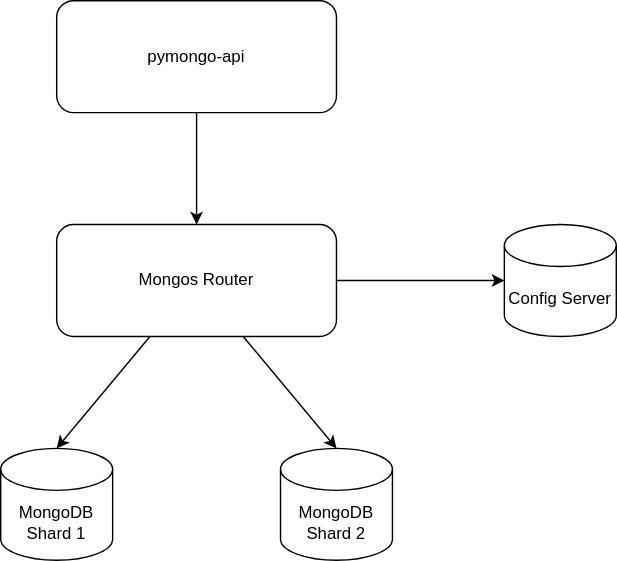
Ondrya/architecture-black_friday keeps this draw.io diagram as Task1/v1-add-shards.svg. Above is the earlier version. Source tidied: cells renumbered, new cells last; positions are measured from the earlier drawing's top-left corner, leaving out a move shared by most shapes.
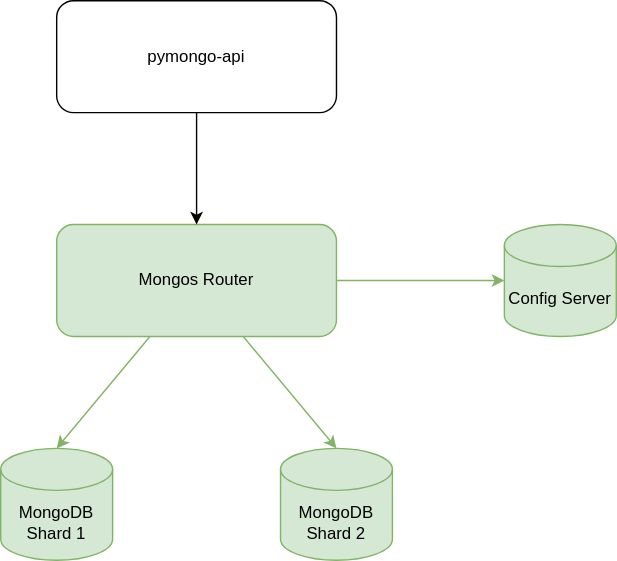
Later version of the same file.

The edit, as a diff of the source:
```diff
@@ -5,30 +5,30 @@
     <mxCell id="2" value="pymongo-api" style="rounded=1;whiteSpace=wrap;html=1;" parent="1" vertex="1">
       <mxGeometry x="40" width="200" height="80" as="geometry" />
     </mxCell>
-    <mxCell id="3" style="edgeStyle=none;html=1;entryX=0.5;entryY=0;entryDx=0;entryDy=0;entryPerimeter=0;" parent="1" edge="1" source="4" target="6">
+    <mxCell id="3" style="edgeStyle=none;html=1;entryX=0.5;entryY=0;entryDx=0;entryDy=0;entryPerimeter=0;fillColor=#d5e8d4;strokeColor=#82b366;" parent="1" edge="1" source="4" target="6">
       <mxGeometry relative="1" as="geometry" />
     </mxCell>
-    <mxCell id="4" value="Mongos Router" style="rounded=1;whiteSpace=wrap;html=1;" parent="1" vertex="1">
+    <mxCell id="4" value="Mongos Router" style="rounded=1;whiteSpace=wrap;html=1;fillColor=#d5e8d4;strokeColor=#82b366;" parent="1" vertex="1">
       <mxGeometry x="40" y="160" width="200" height="80" as="geometry" />
     </mxCell>
-    <mxCell id="5" value="Config Server" style="shape=cylinder3;whiteSpace=wrap;html=1;boundedLbl=1;backgroundOutline=1;size=15;" parent="1" vertex="1">
+    <mxCell id="5" value="Config Server" style="shape=cylinder3;whiteSpace=wrap;html=1;boundedLbl=1;backgroundOutline=1;size=15;fillColor=#d5e8d4;strokeColor=#82b366;" parent="1" vertex="1">
       <mxGeometry x="360" y="160" width="80" height="80" as="geometry" />
     </mxCell>
-    <mxCell id="6" value="MongoDB Shard 1" style="shape=cylinder3;whiteSpace=wrap;html=1;boundedLbl=1;backgroundOutline=1;size=15;" parent="1" vertex="1">
+    <mxCell id="6" value="MongoDB Shard 1" style="shape=cylinder3;whiteSpace=wrap;html=1;boundedLbl=1;backgroundOutline=1;size=15;fillColor=#d5e8d4;strokeColor=#82b366;" parent="1" vertex="1">
       <mxGeometry y="320" width="80" height="80" as="geometry" />
     </mxCell>
-    <mxCell id="7" value="MongoDB Shard 2" style="shape=cylinder3;whiteSpace=wrap;html=1;boundedLbl=1;backgroundOutline=1;size=15;" parent="1" vertex="1">
+    <mxCell id="7" value="MongoDB Shard 2" style="shape=cylinder3;whiteSpace=wrap;html=1;boundedLbl=1;backgroundOutline=1;size=15;fillColor=#d5e8d4;strokeColor=#82b366;" parent="1" vertex="1">
       <mxGeometry x="200" y="320" width="80" height="80" as="geometry" />
     </mxCell>
     <mxCell id="8" style="edgeStyle=orthogonalEdgeStyle;rounded=0;jettySize=auto;html=1;exitX=0.5;exitY=1;exitDx=0;exitDy=0;entryX=0.5;entryY=0;entryDx=0;entryDy=0;" parent="1" edge="1" source="2" target="4">
       <mxGeometry relative="1" as="geometry" />
     </mxCell>
-    <mxCell id="9" style="edgeStyle=orthogonalEdgeStyle;rounded=0;jettySize=auto;html=1;exitX=1;exitY=0.5;exitDx=0;exitDy=0;entryX=0;entryY=0.5;entryDx=0;entryDy=0;" parent="1" edge="1" source="4">
+    <mxCell id="9" style="edgeStyle=orthogonalEdgeStyle;rounded=0;jettySize=auto;html=1;exitX=1;exitY=0.5;exitDx=0;exitDy=0;entryX=0;entryY=0.5;entryDx=0;entryDy=0;fillColor=#d5e8d4;strokeColor=#82b366;" parent="1" edge="1" source="4">
       <mxGeometry relative="1" as="geometry">
         <mxPoint x="360" y="200" as="targetPoint" />
       </mxGeometry>
     </mxCell>
-    <mxCell id="10" style="edgeStyle=none;html=1;entryX=0.5;entryY=0;entryDx=0;entryDy=0;entryPerimeter=0;" parent="1" edge="1" source="4" target="7">
+    <mxCell id="10" style="edgeStyle=none;html=1;entryX=0.5;entryY=0;entryDx=0;entryDy=0;entryPerimeter=0;fillColor=#d5e8d4;strokeColor=#82b366;" parent="1" edge="1" source="4" target="7">
       <mxGeometry relative="1" as="geometry" />
     </mxCell>
   </root>
```
